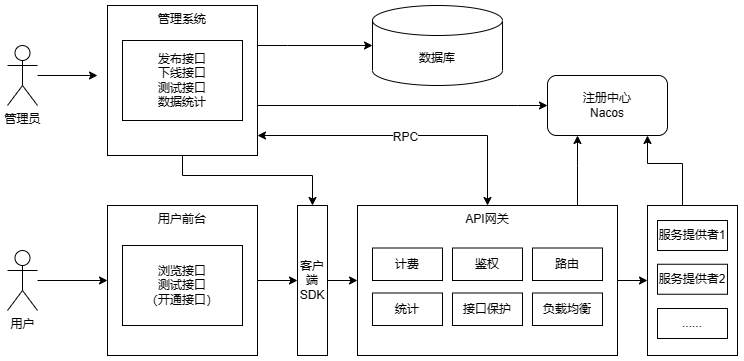
This is img/架构图.png from z1013007148/myAPI-backend, a draw.io export, as it was before one commit. Source tidied: cells renumbered, new cells last; positions are measured from the earlier drawing's top-left corner, leaving out a move shared by most shapes.
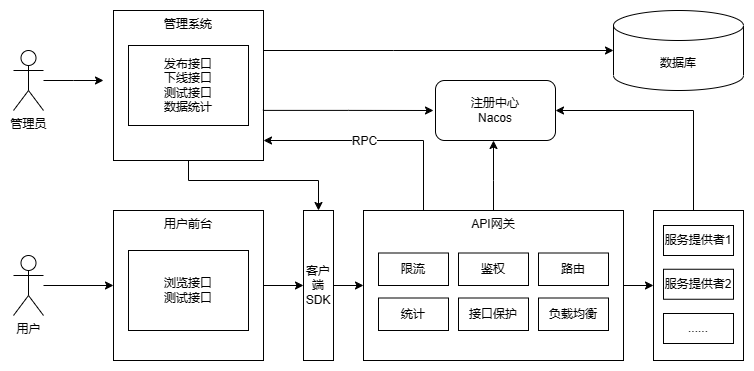
After the change.

Commit message:
更新架构图

The edit, as a diff of the source:
```diff
@@ -19,8 +19,8 @@
     <mxCell id="6" style="edgeStyle=orthogonalEdgeStyle;rounded=0;jettySize=auto;html=1;entryX=0;entryY=0.5;entryDx=0;entryDy=0;entryPerimeter=0;" parent="1" edge="1" source="11" target="21">
       <mxGeometry relative="1" as="geometry">
         <Array as="points">
-          <mxPoint x="280" y="40" />
-          <mxPoint x="280" y="40" />
+          <mxPoint x="380" y="40" />
+          <mxPoint x="380" y="40" />
         </Array>
       </mxGeometry>
     </mxCell>
@@ -32,23 +32,18 @@
         </Array>
       </mxGeometry>
     </mxCell>
-    <mxCell id="8" style="edgeStyle=orthogonalEdgeStyle;rounded=0;jettySize=auto;html=1;entryX=0;entryY=0.5;entryDx=0;entryDy=0;" parent="1" edge="1" source="11" target="33">
-      <mxGeometry relative="1" as="geometry">
-        <Array as="points">
-          <mxPoint x="510" y="100" />
-          <mxPoint x="510" y="100" />
-        </Array>
-      </mxGeometry>
-    </mxCell>
-    <mxCell id="9" style="edgeStyle=orthogonalEdgeStyle;rounded=0;jettySize=auto;html=1;entryX=0.5;entryY=0;entryDx=0;entryDy=0;startArrow=classic;startFill=1;" parent="1" edge="1" source="11" target="20">
+    <mxCell id="9" style="edgeStyle=orthogonalEdgeStyle;rounded=0;jettySize=auto;html=1;entryX=0.5;entryY=0;entryDx=0;entryDy=0;startArrow=classic;startFill=1;endArrow=none;endFill=0;" parent="1" edge="1" source="11" target="20">
       <mxGeometry relative="1" as="geometry">
         <Array as="points">
-          <mxPoint x="480" y="130" />
+          <mxPoint x="410" y="130" />
+          <mxPoint x="410" y="200" />
         </Array>
       </mxGeometry>
     </mxCell>
     <mxCell id="10" value="RPC" style="edgeLabel;html=1;align=center;verticalAlign=middle;" parent="9" vertex="1">
-      <mxGeometry x="-0.02" y="-2" relative="1" as="geometry" />
+      <mxGeometry x="-0.02" y="-2" relative="1" as="geometry">
+        <mxPoint x="-47" y="-2" as="offset" />
+      </mxGeometry>
     </mxCell>
     <mxCell id="11" value="管理系统" style="whiteSpace=wrap;html=1;verticalAlign=top;" parent="1" vertex="1">
       <mxGeometry x="100" width="150" height="150" as="geometry" />
@@ -62,7 +57,7 @@
     <mxCell id="14" value="用户前台" style="whiteSpace=wrap;html=1;verticalAlign=top;" parent="1" vertex="1">
       <mxGeometry x="100" y="200" width="150" height="150" as="geometry" />
     </mxCell>
-    <mxCell id="15" value="浏览接口&lt;br&gt;测试接口&lt;br&gt;（开通接口）" style="rounded=0;whiteSpace=wrap;html=1;" parent="1" vertex="1">
+    <mxCell id="15" value="浏览接口&lt;br&gt;测试接口" style="rounded=0;whiteSpace=wrap;html=1;" parent="1" vertex="1">
       <mxGeometry x="115" y="240" width="120" height="80" as="geometry" />
     </mxCell>
     <mxCell id="16" style="edgeStyle=orthogonalEdgeStyle;rounded=0;jettySize=auto;html=1;entryX=0;entryY=0.5;entryDx=0;entryDy=0;" parent="1" edge="1" source="17" target="20">
@@ -77,8 +72,8 @@
     <mxCell id="19" style="edgeStyle=orthogonalEdgeStyle;rounded=0;jettySize=auto;html=1;" parent="1" edge="1" source="20" target="33">
       <mxGeometry relative="1" as="geometry">
         <Array as="points">
-          <mxPoint x="570" y="160" />
-          <mxPoint x="570" y="160" />
+          <mxPoint x="480" y="170" />
+          <mxPoint x="480" y="170" />
         </Array>
       </mxGeometry>
     </mxCell>
@@ -86,9 +81,9 @@
       <mxGeometry x="350" y="200" width="260" height="150" as="geometry" />
     </mxCell>
     <mxCell id="21" value="数据库" style="shape=cylinder3;whiteSpace=wrap;html=1;boundedLbl=1;backgroundOutline=1;size=15;" parent="1" vertex="1">
-      <mxGeometry x="365" width="130" height="80" as="geometry" />
+      <mxGeometry x="600" width="130" height="80" as="geometry" />
     </mxCell>
-    <mxCell id="22" value="计费" style="rounded=0;whiteSpace=wrap;html=1;" parent="1" vertex="1">
+    <mxCell id="22" value="限流" style="rounded=0;whiteSpace=wrap;html=1;" parent="1" vertex="1">
       <mxGeometry x="365" y="242.5" width="70" height="32.5" as="geometry" />
     </mxCell>
     <mxCell id="23" value="鉴权" style="rounded=0;whiteSpace=wrap;html=1;" parent="1" vertex="1">
@@ -109,8 +104,7 @@
     <mxCell id="28" style="edgeStyle=orthogonalEdgeStyle;rounded=0;jettySize=auto;html=1;" parent="1" edge="1" source="29" target="33">
       <mxGeometry relative="1" as="geometry">
         <Array as="points">
-          <mxPoint x="675" y="158" />
-          <mxPoint x="640" y="158" />
+          <mxPoint x="680" y="100" />
         </Array>
       </mxGeometry>
     </mxCell>
@@ -127,7 +121,12 @@
       <mxGeometry x="650" y="303" width="70" height="30" as="geometry" />
     </mxCell>
     <mxCell id="33" value="注册中心&lt;br&gt;Nacos" style="rounded=1;whiteSpace=wrap;html=1;" parent="1" vertex="1">
-      <mxGeometry x="540" y="70" width="120" height="60" as="geometry" />
+      <mxGeometry x="422" y="70" width="120" height="60" as="geometry" />
     </mxCell>
+    <mxCell id="34" style="edgeStyle=orthogonalEdgeStyle;rounded=0;jettySize=auto;html=1;exitX=0.996;exitY=0.666;exitDx=0;exitDy=0;exitPerimeter=0;" parent="1" edge="1" source="11">
+      <mxGeometry relative="1" as="geometry">
+        <mxPoint x="420" y="100" as="targetPoint" />
+      </mxGeometry>
+    </mxCell>
   </root>
 </mxGraphModel>
```
